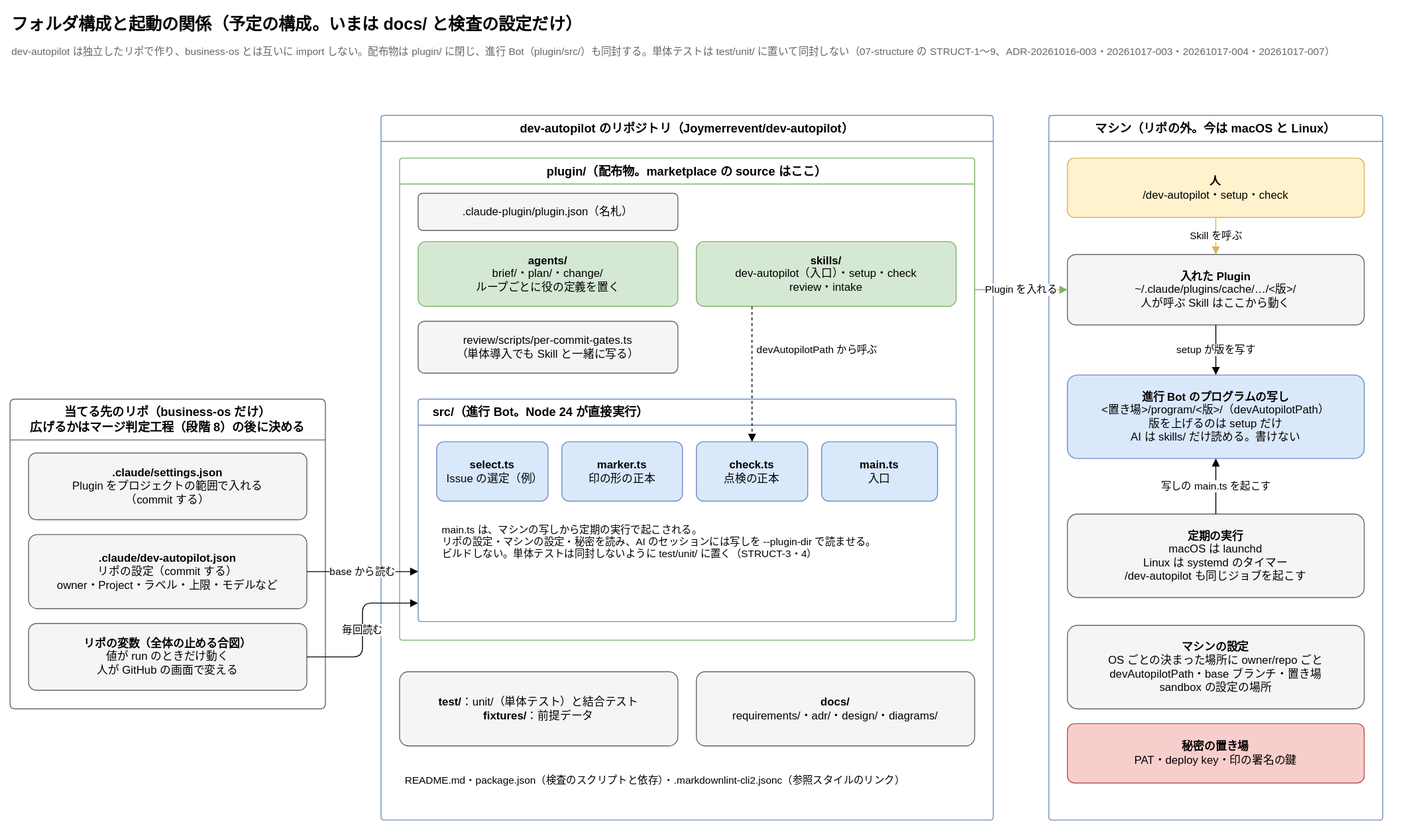
Above: docs/diagrams/structure.drawio.svg in Joymerrevent/dev-autopilot (draw.io), before the change. Source tidied: cells renumbered, new cells last; positions are measured from the earlier drawing's top-left corner, leaving out a move shared by most shapes.
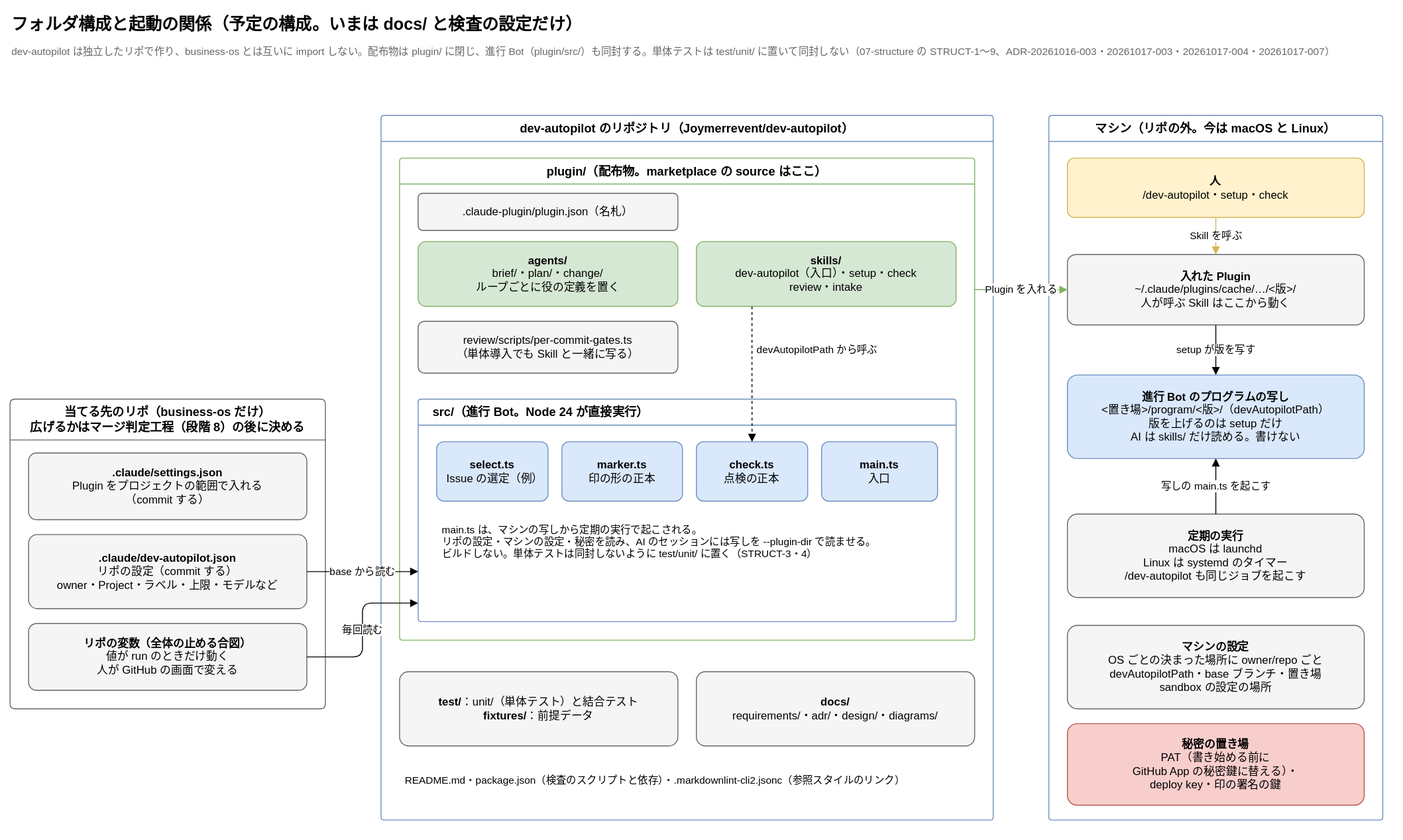
Above is the later version.

Commit message:
docs: アプリへの切り替えを、要件と図と関係する ADR に反映する

Change to the diagram source:
```diff
@@ -83,8 +83,8 @@
     <mxCell id="28" value="&lt;b&gt;マシンの設定&lt;/b&gt;&lt;br&gt;OS ごとの決まった場所に owner/repo ごと&lt;br&gt;devAutopilotPath・base ブランチ・置き場&lt;br&gt;sandbox の設定の場所" style="rounded=1;whiteSpace=wrap;html=1;fontSize=12;arcSize=12;fillColor=#f5f5f5;strokeColor=#666666;spacing=12;" parent="23" vertex="1">
       <mxGeometry x="20" y="550" width="320" height="90" as="geometry" />
     </mxCell>
-    <mxCell id="29" value="&lt;b&gt;秘密の置き場&lt;/b&gt;&lt;br&gt;PAT・deploy key・印の署名の鍵" style="rounded=1;whiteSpace=wrap;html=1;fontSize=12;arcSize=12;fillColor=#f8cecc;strokeColor=#b85450;spacing=12;" parent="23" vertex="1">
-      <mxGeometry x="20" y="656" width="320" height="64" as="geometry" />
+    <mxCell id="29" value="&lt;b&gt;秘密の置き場&lt;/b&gt;&lt;br&gt;PAT（書き始める前に&lt;br&gt;GitHub App の秘密鍵に替える）・&lt;br&gt;deploy key・印の署名の鍵" style="rounded=1;whiteSpace=wrap;html=1;fontSize=12;arcSize=12;fillColor=#f8cecc;strokeColor=#b85450;spacing=12;" parent="23" vertex="1">
+      <mxGeometry x="20" y="656" width="320" height="88" as="geometry" />
     </mxCell>
     <mxCell id="30" value="Plugin を入れる" style="edgeStyle=orthogonalEdgeStyle;rounded=1;html=1;endArrow=block;endFill=1;fontSize=11;labelBackgroundColor=#ffffff;strokeColor=#82b366;exitX=1;exitY=0.273;exitDx=0;exitDy=0;entryX=0;entryY=0.5;entryDx=0;entryDy=0;" parent="1" edge="1" source="9" target="25">
       <mxGeometry relative="1" as="geometry" />
```
